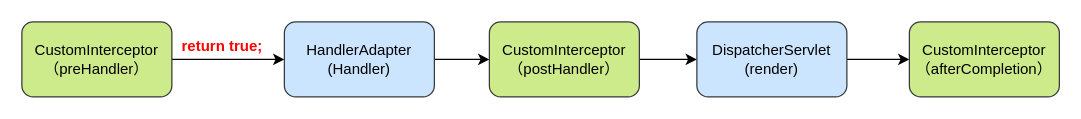
The draw.io diagram 单个拦截器执行顺序.drawio in DrinkFish0/blog-flow-pic, before the edit. Source tidied: cells renumbered, new cells numbered last; positions are measured from the earlier drawing's top-left corner, leaving out a move shared by most shapes. Both pictures are drawn from the tidied source at 125%, with x=0, y=0 at pixel (21, 21).
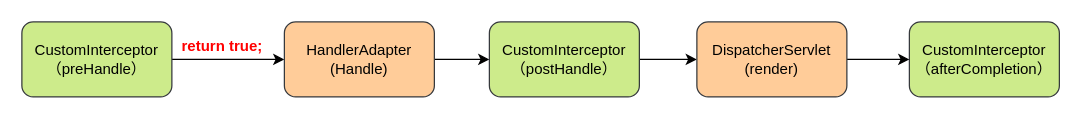
The same diagram, later.

Commit message:
更新单个拦截器执行顺序.drawio

What changed in the source:
```diff
@@
 <mxGraphModel>
   <root>
     <mxCell id="0" />
     <mxCell id="1" parent="0" />
     <mxCell id="2" style="edgeStyle=orthogonalEdgeStyle;rounded=0;jettySize=auto;html=1;entryX=0;entryY=0.5;entryDx=0;entryDy=0;" parent="1" edge="1" source="3" target="5">
       <mxGeometry relative="1" as="geometry" />
     </mxCell>
-    <mxCell id="3" value="CustomInterceptor&lt;br&gt;（preHandler）" style="rounded=1;whiteSpace=wrap;html=1;fillColor=#cdeb8b;strokeColor=#36393d;" parent="1" vertex="1">
+    <mxCell id="3" value="CustomInterceptor&lt;br&gt;（preHandle）" style="rounded=1;whiteSpace=wrap;html=1;fillColor=#cdeb8b;strokeColor=#36393d;" parent="1" vertex="1">
       <mxGeometry width="120" height="60" as="geometry" />
     </mxCell>
     <mxCell id="4" style="edgeStyle=orthogonalEdgeStyle;rounded=0;jettySize=auto;html=1;entryX=0;entryY=0.5;entryDx=0;entryDy=0;fontColor=#FF0000;" parent="1" edge="1" source="5" target="7">
       <mxGeometry relative="1" as="geometry" />
     </mxCell>
-    <mxCell id="5" value="HandlerAdapter&lt;br&gt;(Handler)" style="rounded=1;whiteSpace=wrap;html=1;fillColor=#cce5ff;strokeColor=#36393d;" parent="1" vertex="1">
+    <mxCell id="5" value="HandlerAdapter&lt;br&gt;(Handle)" style="rounded=1;whiteSpace=wrap;html=1;fillColor=#ffcc99;strokeColor=#36393d;" parent="1" vertex="1">
       <mxGeometry x="210" width="120" height="60" as="geometry" />
     </mxCell>
     <mxCell id="6" style="edgeStyle=orthogonalEdgeStyle;rounded=0;jettySize=auto;html=1;entryX=0;entryY=0.5;entryDx=0;entryDy=0;fontColor=#FF0000;" parent="1" edge="1" source="7" target="10">
       <mxGeometry relative="1" as="geometry" />
     </mxCell>
-    <mxCell id="7" value="CustomInterceptor&lt;br&gt;（postHandler）" style="rounded=1;whiteSpace=wrap;html=1;fillColor=#cdeb8b;strokeColor=#36393d;" parent="1" vertex="1">
+    <mxCell id="7" value="CustomInterceptor&lt;br&gt;（postHandle）" style="rounded=1;whiteSpace=wrap;html=1;fillColor=#cdeb8b;strokeColor=#36393d;" parent="1" vertex="1">
       <mxGeometry x="374" width="120" height="60" as="geometry" />
     </mxCell>
     <mxCell id="8" value="CustomInterceptor&lt;br&gt;（afterCompletion）" style="rounded=1;whiteSpace=wrap;html=1;fillColor=#cdeb8b;strokeColor=#36393d;" parent="1" vertex="1">
       <mxGeometry x="710" width="120" height="60" as="geometry" />
     </mxCell>
     <mxCell id="9" style="edgeStyle=orthogonalEdgeStyle;rounded=0;jettySize=auto;html=1;entryX=0;entryY=0.5;entryDx=0;entryDy=0;fontColor=#FF0000;" parent="1" edge="1" source="10" target="8">
       <mxGeometry relative="1" as="geometry" />
     </mxCell>
-    <mxCell id="10" value="DispatcherServlet&lt;br&gt;(render)" style="rounded=1;whiteSpace=wrap;html=1;fillColor=#cce5ff;strokeColor=#36393d;" parent="1" vertex="1">
+    <mxCell id="10" value="DispatcherServlet&lt;br&gt;(render)" style="rounded=1;whiteSpace=wrap;html=1;fillColor=#ffcc99;strokeColor=#36393d;" parent="1" vertex="1">
       <mxGeometry x="540" width="120" height="60" as="geometry" />
     </mxCell>
     <mxCell id="11" value="return true;" style="text;html=1;align=center;verticalAlign=middle;strokeColor=none;fillColor=none;fontColor=#FF0000;fontStyle=1;" parent="1" vertex="1">
       <mxGeometry x="120" y="10" width="80" height="20" as="geometry" />
     </mxCell>
   </root>
 </mxGraphModel>
```
